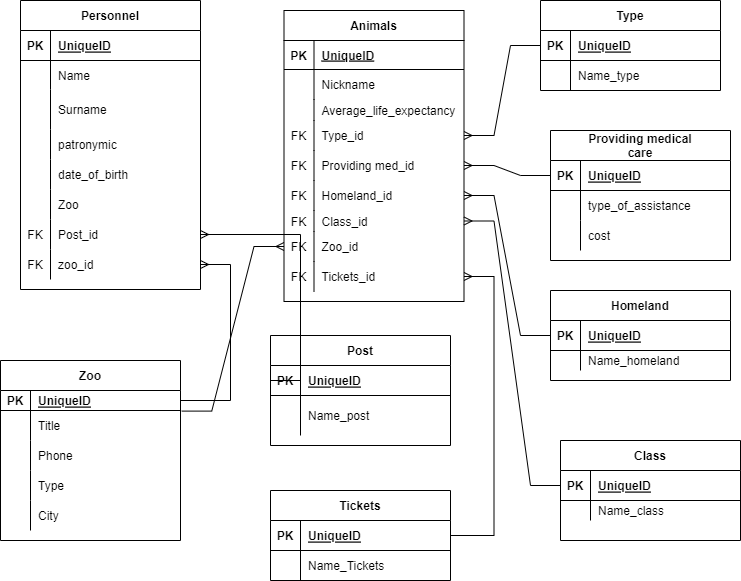
777888111192992/KiyoshiM keeps this draw.io diagram as Lab3.drawio.png. Above is the earlier version. Source tidied: cells renumbered, new cells last; positions are measured from the earlier drawing's top-left corner, leaving out a move shared by most shapes.
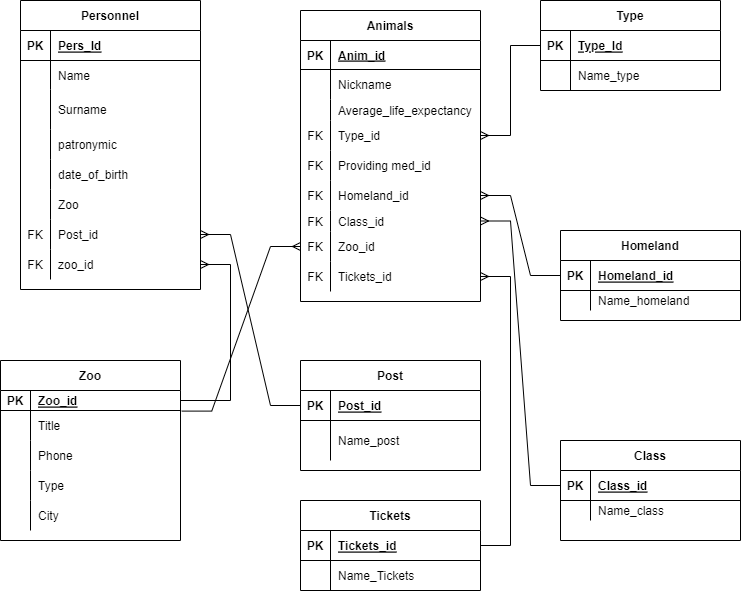
The same diagram one commit later.

Change to the diagram source:
```diff
@@ -11,7 +11,7 @@
     <mxCell id="4" value="PK" style="shape=partialRectangle;fillColor=none;top=0;left=0;bottom=0;right=0;fontStyle=1;overflow=hidden;" parent="3" vertex="1">
       <mxGeometry width="30" height="30" as="geometry" />
     </mxCell>
-    <mxCell id="5" value="UniqueID" style="shape=partialRectangle;fillColor=none;top=0;left=0;bottom=0;right=0;align=left;spacingLeft=6;fontStyle=5;overflow=hidden;" parent="3" vertex="1">
+    <mxCell id="5" value="Pers_Id" style="shape=partialRectangle;fillColor=none;top=0;left=0;bottom=0;right=0;align=left;spacingLeft=6;fontStyle=5;overflow=hidden;" parent="3" vertex="1">
       <mxGeometry x="30" width="150" height="30" as="geometry" />
     </mxCell>
     <mxCell id="6" style="shape=tableRow;horizontal=0;startSize=0;swimlaneHead=0;swimlaneBody=0;fillColor=none;top=0;left=0;right=0;bottom=0;" parent="2" vertex="1">
@@ -78,7 +78,7 @@
       <mxGeometry x="30" width="150" height="30" as="geometry" />
     </mxCell>
     <mxCell id="27" value="Animals" style="shape=table;startSize=30;rowLines=0;fontStyle=1;align=center;" parent="1" vertex="1">
-      <mxGeometry x="283.5" y="10" width="180" height="291" as="geometry" />
+      <mxGeometry x="300" y="10" width="180" height="291" as="geometry" />
     </mxCell>
     <mxCell id="28" style="shape=tableRow;horizontal=0;startSize=0;swimlaneHead=0;swimlaneBody=0;fillColor=none;top=0;left=0;right=0;bottom=1;" parent="27" vertex="1">
       <mxGeometry y="30" width="180" height="29" as="geometry" />
@@ -86,7 +86,7 @@
     <mxCell id="29" value="PK" style="shape=partialRectangle;fillColor=none;top=0;left=0;bottom=0;right=0;fontStyle=1;overflow=hidden;" parent="28" vertex="1">
       <mxGeometry width="30" height="29" as="geometry" />
     </mxCell>
-    <mxCell id="30" value="UniqueID" style="shape=partialRectangle;fillColor=none;top=0;left=0;bottom=0;right=0;align=left;spacingLeft=6;fontStyle=5;overflow=hidden;" parent="28" vertex="1">
+    <mxCell id="30" value="Anim_id" style="shape=partialRectangle;fillColor=none;top=0;left=0;bottom=0;right=0;align=left;spacingLeft=6;fontStyle=5;overflow=hidden;" parent="28" vertex="1">
       <mxGeometry x="30" width="150" height="29" as="geometry" />
     </mxCell>
     <mxCell id="31" style="shape=tableRow;horizontal=0;startSize=0;swimlaneHead=0;swimlaneBody=0;fillColor=none;top=0;left=0;right=0;bottom=0;" parent="27" vertex="1">
@@ -170,7 +170,7 @@
     <mxCell id="57" value="PK" style="shape=partialRectangle;fillColor=none;top=0;left=0;bottom=0;right=0;fontStyle=1;overflow=hidden;" parent="56" vertex="1">
       <mxGeometry width="30" height="20" as="geometry" />
     </mxCell>
-    <mxCell id="58" value="UniqueID" style="shape=partialRectangle;fillColor=none;top=0;left=0;bottom=0;right=0;align=left;spacingLeft=6;fontStyle=5;overflow=hidden;" parent="56" vertex="1">
+    <mxCell id="58" value="Zoo_id" style="shape=partialRectangle;fillColor=none;top=0;left=0;bottom=0;right=0;align=left;spacingLeft=6;fontStyle=5;overflow=hidden;" parent="56" vertex="1">
       <mxGeometry x="30" width="150" height="20" as="geometry" />
     </mxCell>
     <mxCell id="59" style="shape=tableRow;horizontal=0;startSize=0;swimlaneHead=0;swimlaneBody=0;fillColor=none;top=0;left=0;right=0;bottom=0;" parent="55" vertex="1">
@@ -209,38 +209,8 @@
     <mxCell id="70" value="City" style="shape=partialRectangle;fillColor=none;top=0;left=0;bottom=0;right=0;align=left;spacingLeft=6;overflow=hidden;" parent="68" vertex="1">
       <mxGeometry x="30" width="150" height="30" as="geometry" />
     </mxCell>
-    <mxCell id="71" value="Providing medical&#10;care" style="shape=table;startSize=30;rowLines=0;fontStyle=1;align=center;" parent="1" vertex="1">
-      <mxGeometry x="550" y="130" width="180" height="130" as="geometry" />
-    </mxCell>
-    <mxCell id="72" style="shape=tableRow;horizontal=0;startSize=0;swimlaneHead=0;swimlaneBody=0;fillColor=none;points=[[0,0.5],[1,0.5]];portConstraint=eastwest;top=0;left=0;right=0;bottom=1;" parent="71" vertex="1">
-      <mxGeometry y="30" width="180" height="30" as="geometry" />
-    </mxCell>
-    <mxCell id="73" value="PK" style="shape=partialRectangle;fillColor=none;top=0;left=0;bottom=0;right=0;fontStyle=1;overflow=hidden;" parent="72" vertex="1">
-      <mxGeometry width="30" height="30" as="geometry" />
-    </mxCell>
-    <mxCell id="74" value="UniqueID" style="shape=partialRectangle;fillColor=none;top=0;left=0;bottom=0;right=0;align=left;spacingLeft=6;fontStyle=5;overflow=hidden;" parent="72" vertex="1">
-      <mxGeometry x="30" width="150" height="30" as="geometry" />
-    </mxCell>
-    <mxCell id="75" style="shape=tableRow;horizontal=0;startSize=0;swimlaneHead=0;swimlaneBody=0;fillColor=none;top=0;left=0;right=0;bottom=0;" parent="71" vertex="1">
-      <mxGeometry y="60" width="180" height="30" as="geometry" />
-    </mxCell>
-    <mxCell id="76" style="shape=partialRectangle;fillColor=none;top=0;left=0;bottom=0;right=0;overflow=hidden;" parent="75" vertex="1">
-      <mxGeometry width="30" height="30" as="geometry" />
-    </mxCell>
-    <mxCell id="77" value="type_of_assistance" style="shape=partialRectangle;fillColor=none;top=0;left=0;bottom=0;right=0;align=left;spacingLeft=6;overflow=hidden;" parent="75" vertex="1">
-      <mxGeometry x="30" width="150" height="30" as="geometry" />
-    </mxCell>
-    <mxCell id="78" style="shape=tableRow;horizontal=0;startSize=0;swimlaneHead=0;swimlaneBody=0;fillColor=none;top=0;left=0;right=0;bottom=0;" parent="71" vertex="1">
-      <mxGeometry y="90" width="180" height="30" as="geometry" />
-    </mxCell>
-    <mxCell id="79" style="shape=partialRectangle;fillColor=none;top=0;left=0;bottom=0;right=0;overflow=hidden;" parent="78" vertex="1">
-      <mxGeometry width="30" height="30" as="geometry" />
-    </mxCell>
-    <mxCell id="80" value="cost" style="shape=partialRectangle;fillColor=none;top=0;left=0;bottom=0;right=0;align=left;spacingLeft=6;overflow=hidden;" parent="78" vertex="1">
-      <mxGeometry x="30" width="150" height="30" as="geometry" />
-    </mxCell>
     <mxCell id="81" value="Post" style="shape=table;startSize=30;rowLines=0;fontStyle=1;align=center;" parent="1" vertex="1">
-      <mxGeometry x="270" y="335" width="180" height="110" as="geometry" />
+      <mxGeometry x="300" y="360" width="180" height="110" as="geometry" />
     </mxCell>
     <mxCell id="82" style="shape=tableRow;horizontal=0;startSize=0;swimlaneHead=0;swimlaneBody=0;fillColor=none;points=[[0,0.5],[1,0.5]];portConstraint=eastwest;top=0;left=0;right=0;bottom=1;" parent="81" vertex="1">
       <mxGeometry y="30" width="180" height="30" as="geometry" />
@@ -248,7 +218,7 @@
     <mxCell id="83" value="PK" style="shape=partialRectangle;fillColor=none;top=0;left=0;bottom=0;right=0;fontStyle=1;overflow=hidden;" parent="82" vertex="1">
       <mxGeometry width="30" height="30" as="geometry" />
     </mxCell>
-    <mxCell id="84" value="UniqueID" style="shape=partialRectangle;fillColor=none;top=0;left=0;bottom=0;right=0;align=left;spacingLeft=6;fontStyle=5;overflow=hidden;" parent="82" vertex="1">
+    <mxCell id="84" value="Post_id" style="shape=partialRectangle;fillColor=none;top=0;left=0;bottom=0;right=0;align=left;spacingLeft=6;fontStyle=5;overflow=hidden;" parent="82" vertex="1">
       <mxGeometry x="30" width="150" height="30" as="geometry" />
     </mxCell>
     <mxCell id="85" style="shape=tableRow;horizontal=0;startSize=0;swimlaneHead=0;swimlaneBody=0;fillColor=none;top=0;left=0;right=0;bottom=0;" parent="81" vertex="1">
@@ -269,7 +239,7 @@
     <mxCell id="90" value="PK" style="shape=partialRectangle;fillColor=none;top=0;left=0;bottom=0;right=0;fontStyle=1;overflow=hidden;" parent="89" vertex="1">
       <mxGeometry width="30" height="30" as="geometry" />
     </mxCell>
-    <mxCell id="91" value="UniqueID" style="shape=partialRectangle;fillColor=none;top=0;left=0;bottom=0;right=0;align=left;spacingLeft=6;fontStyle=5;overflow=hidden;" parent="89" vertex="1">
+    <mxCell id="91" value="Type_Id" style="shape=partialRectangle;fillColor=none;top=0;left=0;bottom=0;right=0;align=left;spacingLeft=6;fontStyle=5;overflow=hidden;" parent="89" vertex="1">
       <mxGeometry x="30" width="150" height="30" as="geometry" />
     </mxCell>
     <mxCell id="92" style="shape=tableRow;horizontal=0;startSize=0;swimlaneHead=0;swimlaneBody=0;fillColor=none;top=0;left=0;right=0;bottom=0;" parent="88" vertex="1">
@@ -290,7 +260,7 @@
     <mxCell id="97" value="PK" style="shape=partialRectangle;fillColor=none;top=0;left=0;bottom=0;right=0;fontStyle=1;overflow=hidden;" parent="96" vertex="1">
       <mxGeometry width="30" height="30" as="geometry" />
     </mxCell>
-    <mxCell id="98" value="UniqueID" style="shape=partialRectangle;fillColor=none;top=0;left=0;bottom=0;right=0;align=left;spacingLeft=6;fontStyle=5;overflow=hidden;" parent="96" vertex="1">
+    <mxCell id="98" value="Class_id" style="shape=partialRectangle;fillColor=none;top=0;left=0;bottom=0;right=0;align=left;spacingLeft=6;fontStyle=5;overflow=hidden;" parent="96" vertex="1">
       <mxGeometry x="30" width="150" height="30" as="geometry" />
     </mxCell>
     <mxCell id="99" style="shape=tableRow;horizontal=0;startSize=0;swimlaneHead=0;swimlaneBody=0;fillColor=none;top=0;left=0;right=0;bottom=0;" parent="95" vertex="1">
@@ -303,7 +273,7 @@
       <mxGeometry x="30" width="150" height="20" as="geometry" />
     </mxCell>
     <mxCell id="102" value="Homeland" style="shape=table;startSize=30;rowLines=0;fontStyle=1;align=center;" parent="1" vertex="1">
-      <mxGeometry x="550" y="290" width="180" height="90" as="geometry" />
+      <mxGeometry x="560" y="230" width="180" height="90" as="geometry" />
     </mxCell>
     <mxCell id="103" style="shape=tableRow;horizontal=0;startSize=0;swimlaneHead=0;swimlaneBody=0;fillColor=none;points=[[0,0.5],[1,0.5]];portConstraint=eastwest;top=0;left=0;right=0;bottom=1;" parent="102" vertex="1">
       <mxGeometry y="30" width="180" height="30" as="geometry" />
@@ -311,7 +281,7 @@
     <mxCell id="104" value="PK" style="shape=partialRectangle;fillColor=none;top=0;left=0;bottom=0;right=0;fontStyle=1;overflow=hidden;" parent="103" vertex="1">
       <mxGeometry width="30" height="30" as="geometry" />
     </mxCell>
-    <mxCell id="105" value="UniqueID" style="shape=partialRectangle;fillColor=none;top=0;left=0;bottom=0;right=0;align=left;spacingLeft=6;fontStyle=5;overflow=hidden;" parent="103" vertex="1">
+    <mxCell id="105" value="Homeland_id" style="shape=partialRectangle;fillColor=none;top=0;left=0;bottom=0;right=0;align=left;spacingLeft=6;fontStyle=5;overflow=hidden;" parent="103" vertex="1">
       <mxGeometry x="30" width="150" height="30" as="geometry" />
     </mxCell>
     <mxCell id="106" style="shape=tableRow;horizontal=0;startSize=0;swimlaneHead=0;swimlaneBody=0;fillColor=none;top=0;left=0;right=0;bottom=0;" parent="102" vertex="1">
@@ -326,17 +296,12 @@
     <mxCell id="109" style="edgeStyle=entityRelationEdgeStyle;fontSize=12;html=1;endArrow=ERmany;rounded=0;" parent="1" edge="1" source="56" target="24">
       <mxGeometry relative="1" as="geometry" />
     </mxCell>
-    <mxCell id="110" style="edgeStyle=entityRelationEdgeStyle;fontSize=12;html=1;endArrow=ERmany;rounded=0;" parent="1" edge="1" target="21">
-      <mxGeometry relative="1" as="geometry">
-        <mxPoint x="270" y="380" as="sourcePoint" />
-      </mxGeometry>
+    <mxCell id="110" style="edgeStyle=entityRelationEdgeStyle;fontSize=12;html=1;endArrow=ERmany;rounded=0;exitX=0;exitY=0.5;exitDx=0;exitDy=0;" parent="1" edge="1" source="82" target="21">
+      <mxGeometry relative="1" as="geometry" />
     </mxCell>
     <mxCell id="111" style="edgeStyle=entityRelationEdgeStyle;fontSize=12;html=1;endArrow=ERmany;rounded=0;entryX=1;entryY=0.5;entryDx=0;entryDy=0;exitX=0;exitY=0.5;exitDx=0;exitDy=0;" parent="1" edge="1" source="89" target="37">
       <mxGeometry relative="1" as="geometry" />
     </mxCell>
-    <mxCell id="112" style="edgeStyle=entityRelationEdgeStyle;fontSize=12;html=1;endArrow=ERmany;rounded=0;entryX=1;entryY=0.5;entryDx=0;entryDy=0;exitX=0;exitY=0.5;exitDx=0;exitDy=0;" parent="1" edge="1" source="72" target="40">
-      <mxGeometry relative="1" as="geometry" />
-    </mxCell>
     <mxCell id="113" style="edgeStyle=entityRelationEdgeStyle;fontSize=12;html=1;endArrow=ERmany;rounded=0;entryX=1;entryY=0.5;entryDx=0;entryDy=0;exitX=0;exitY=0.5;exitDx=0;exitDy=0;" parent="1" edge="1" source="103" target="43">
       <mxGeometry relative="1" as="geometry" />
     </mxCell>
@@ -347,7 +312,7 @@
       <mxGeometry relative="1" as="geometry" />
     </mxCell>
     <mxCell id="116" value="Tickets" style="shape=table;startSize=30;rowLines=0;fontStyle=1;align=center;" parent="1" vertex="1">
-      <mxGeometry x="270" y="490" width="180" height="90" as="geometry" />
+      <mxGeometry x="300" y="500" width="180" height="90" as="geometry" />
     </mxCell>
     <mxCell id="117" style="shape=tableRow;horizontal=0;startSize=0;swimlaneHead=0;swimlaneBody=0;fillColor=none;points=[[0,0.5],[1,0.5]];portConstraint=eastwest;top=0;left=0;right=0;bottom=1;" parent="116" vertex="1">
       <mxGeometry y="30" width="180" height="30" as="geometry" />
@@ -355,7 +320,7 @@
     <mxCell id="118" value="PK" style="shape=partialRectangle;fillColor=none;top=0;left=0;bottom=0;right=0;fontStyle=1;overflow=hidden;" parent="117" vertex="1">
       <mxGeometry width="30" height="30" as="geometry" />
     </mxCell>
-    <mxCell id="119" value="UniqueID" style="shape=partialRectangle;fillColor=none;top=0;left=0;bottom=0;right=0;align=left;spacingLeft=6;fontStyle=5;overflow=hidden;" parent="117" vertex="1">
+    <mxCell id="119" value="Tickets_id" style="shape=partialRectangle;fillColor=none;top=0;left=0;bottom=0;right=0;align=left;spacingLeft=6;fontStyle=5;overflow=hidden;" parent="117" vertex="1">
       <mxGeometry x="30" width="150" height="30" as="geometry" />
     </mxCell>
     <mxCell id="120" style="shape=tableRow;horizontal=0;startSize=0;swimlaneHead=0;swimlaneBody=0;fillColor=none;top=0;left=0;right=0;bottom=0;" parent="116" vertex="1">
```
